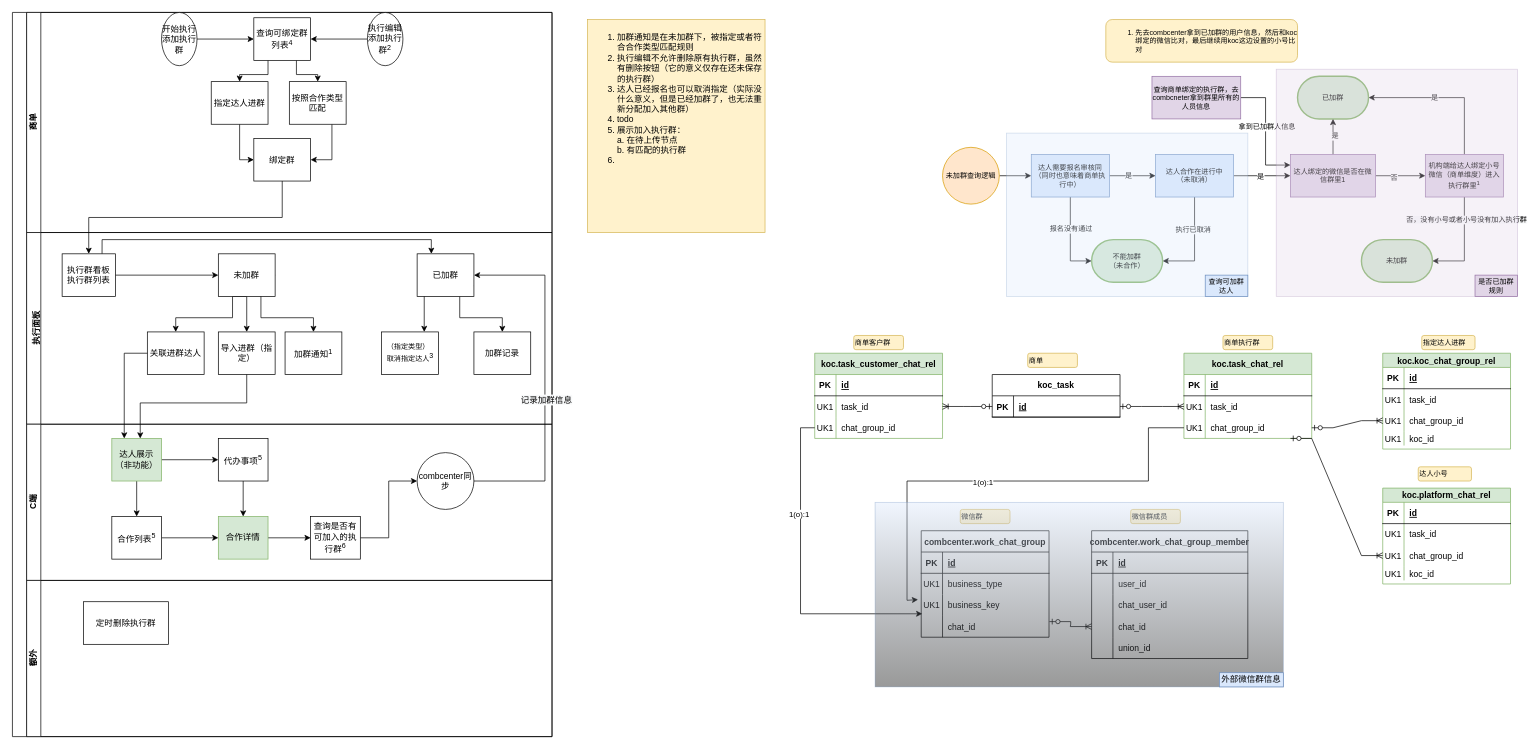
kaimz/uml keeps this draw.io diagram as work/未命名绘图.drawio. Above is the earlier version. Source tidied: cells renumbered, new cells numbered last; positions are measured from the earlier drawing's top-left corner, leaving out a move shared by most shapes. Both pictures are drawn from the tidied source at 71%, with x=0, y=0 at pixel (12, 12).
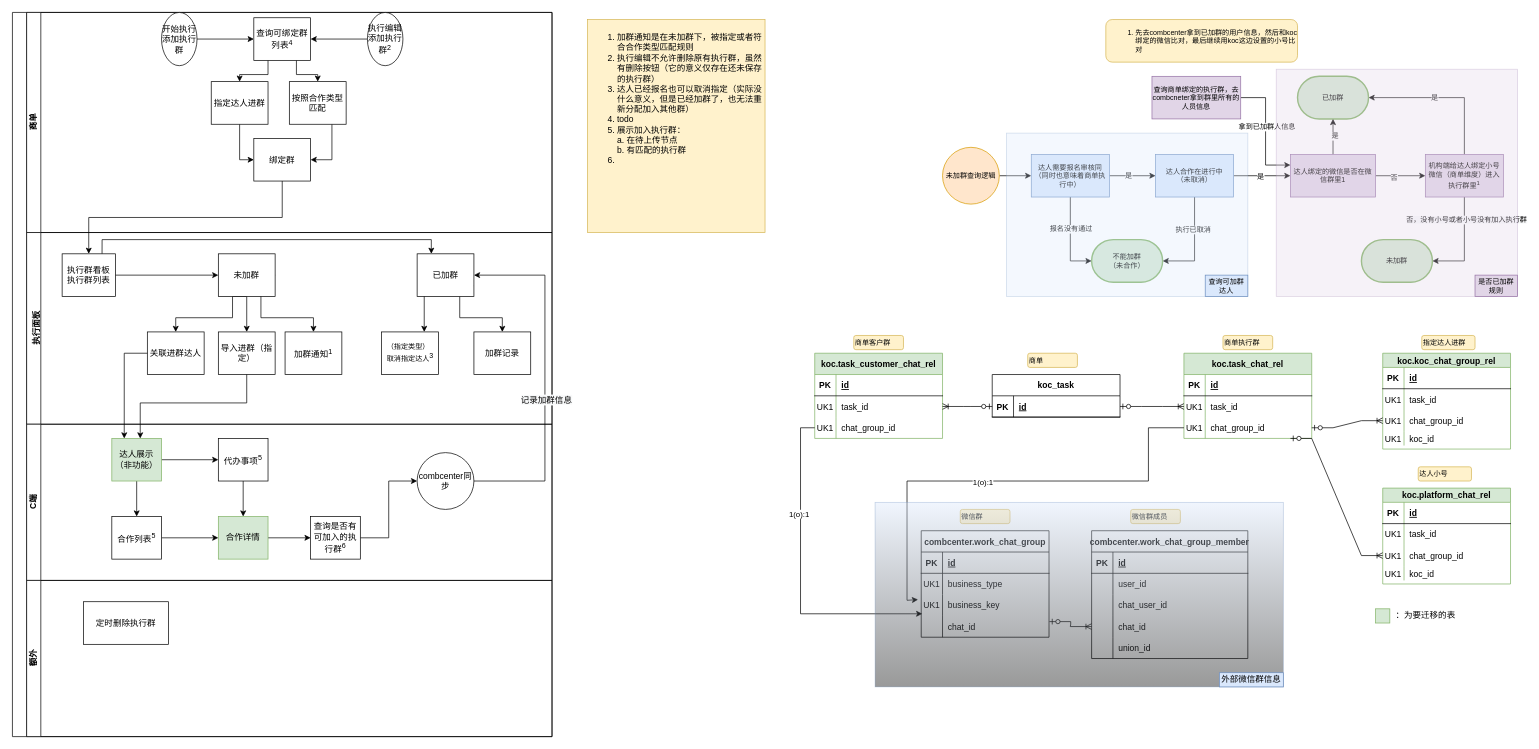
After the change.

Commit message (it also covers changes not shown here):
更新未命名绘图.drawio

The edit, as a diff of the source:
```diff
@@
+    <mxCell id="183" style="rounded=0;whiteSpace=wrap;html=1;fillColor=#d5e8d4;strokeColor=#82b366;" parent="1" vertex="1">
+      <mxGeometry x="1920" y="840" width="20" height="20" as="geometry" />
+    </mxCell>
+    <mxCell id="184" value="：为要迁移的表" style="text;html=1;align=center;verticalAlign=middle;strokeColor=none;fillColor=none;" parent="1" vertex="1">
+      <mxGeometry x="1935" y="835" width="110" height="30" as="geometry" />
+    </mxCell>
```
